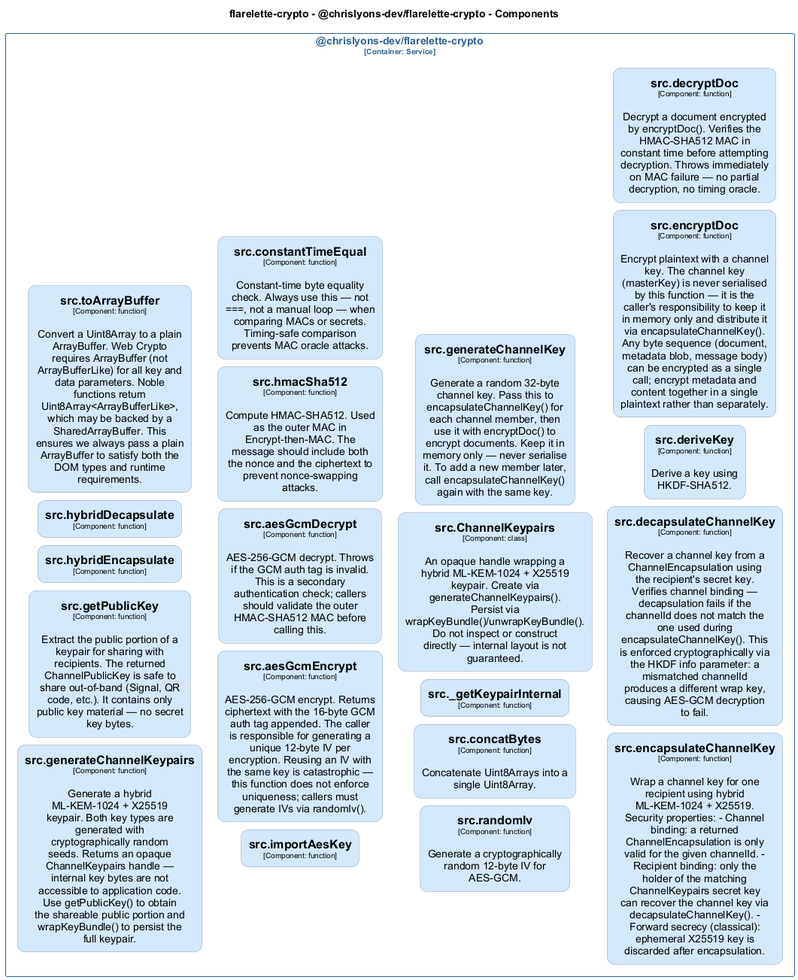
The PlantUML diagram docs/architecture/diagrams/structurizr-Classes_chrislyons_dev_flarelette_crypto__src.png in chrislyons-dev/flarelette-crypto, before a commit.
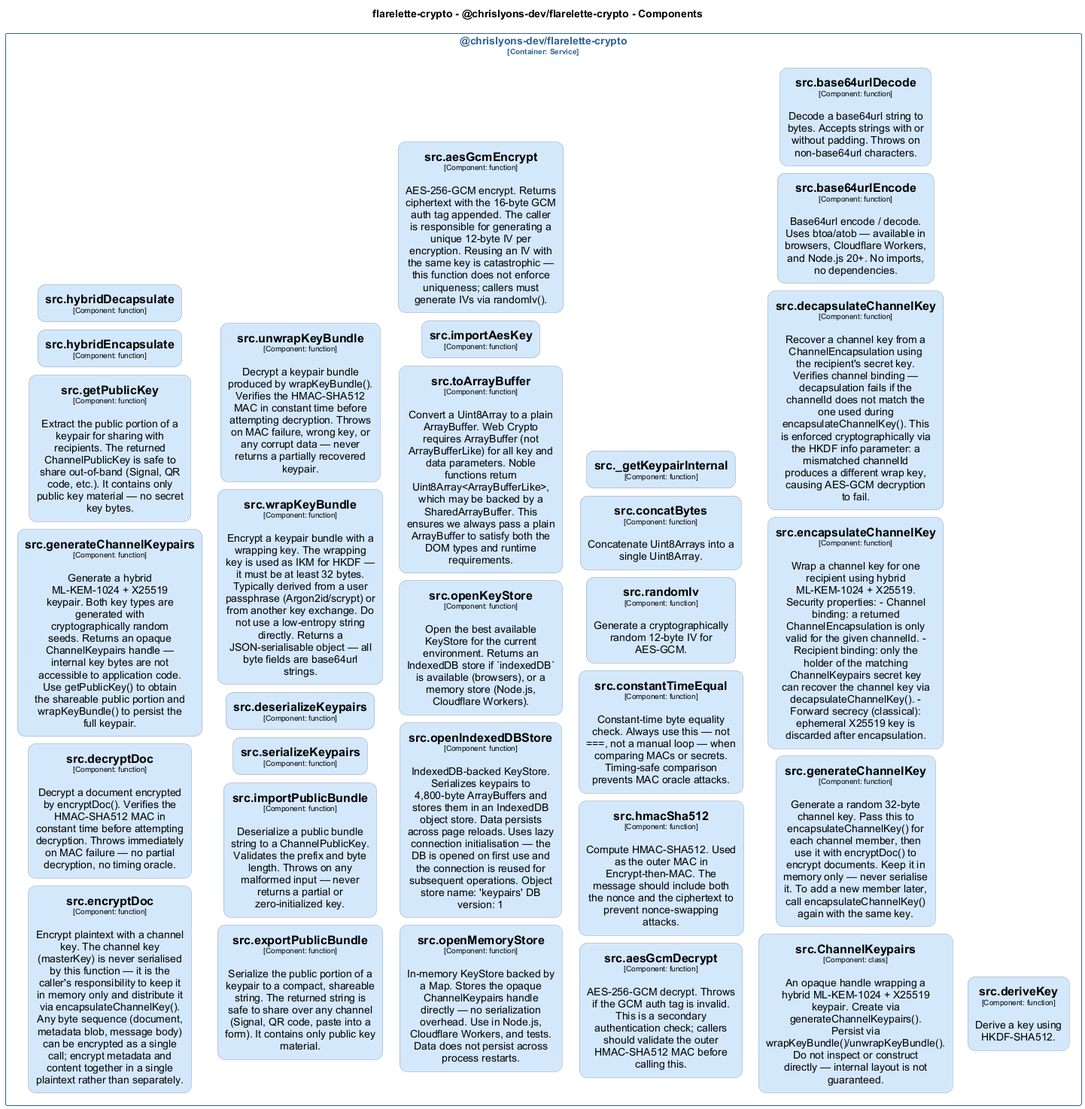
The same diagram one commit later.

Change to the diagram source:
```diff
@@ -44,6 +44,20 @@
   roundCorner 20
   shadowing false
 }
+skinparam rectangle<<flarelettecrypto.chrislyonsdevflarelettecrypto.srcbase64urlDecode>> {
+  BackgroundColor #d4e8fc
+  FontColor #000000
+  BorderColor #94a2b0
+  roundCorner 20
+  shadowing false
+}
+skinparam rectangle<<flarelettecrypto.chrislyonsdevflarelettecrypto.srcbase64urlEncode>> {
+  BackgroundColor #d4e8fc
+  FontColor #000000
+  BorderColor #94a2b0
+  roundCorner 20
+  shadowing false
+}
 skinparam rectangle<<flarelettecrypto.chrislyonsdevflarelettecrypto.srcconcatBytes>> {
   BackgroundColor #d4e8fc
   FontColor #000000
@@ -79,6 +93,13 @@
   roundCorner 20
   shadowing false
 }
+skinparam rectangle<<flarelettecrypto.chrislyonsdevflarelettecrypto.srcdeserializeKeypairs>> {
+  BackgroundColor #d4e8fc
+  FontColor #000000
+  BorderColor #94a2b0
+  roundCorner 20
+  shadowing false
+}
 skinparam rectangle<<flarelettecrypto.chrislyonsdevflarelettecrypto.srcencapsulateChannelKey>> {
   BackgroundColor #d4e8fc
   FontColor #000000
@@ -87,6 +108,13 @@
   shadowing false
 }
 skinparam rectangle<<flarelettecrypto.chrislyonsdevflarelettecrypto.srcencryptDoc>> {
+  BackgroundColor #d4e8fc
+  FontColor #000000
+  BorderColor #94a2b0
+  roundCorner 20
+  shadowing false
+}
+skinparam rectangle<<flarelettecrypto.chrislyonsdevflarelettecrypto.srcexportPublicBundle>> {
   BackgroundColor #d4e8fc
   FontColor #000000
   BorderColor #94a2b0
@@ -142,7 +170,42 @@
   roundCorner 20
   shadowing false
 }
+skinparam rectangle<<flarelettecrypto.chrislyonsdevflarelettecrypto.srcimportPublicBundle>> {
+  BackgroundColor #d4e8fc
+  FontColor #000000
+  BorderColor #94a2b0
+  roundCorner 20
+  shadowing false
+}
+skinparam rectangle<<flarelettecrypto.chrislyonsdevflarelettecrypto.srcopenIndexedDBStore>> {
+  BackgroundColor #d4e8fc
+  FontColor #000000
+  BorderColor #94a2b0
+  roundCorner 20
+  shadowing false
+}
+skinparam rectangle<<flarelettecrypto.chrislyonsdevflarelettecrypto.srcopenKeyStore>> {
+  BackgroundColor #d4e8fc
+  FontColor #000000
+  BorderColor #94a2b0
+  roundCorner 20
+  shadowing false
+}
+skinparam rectangle<<flarelettecrypto.chrislyonsdevflarelettecrypto.srcopenMemoryStore>> {
+  BackgroundColor #d4e8fc
+  FontColor #000000
+  BorderColor #94a2b0
+  roundCorner 20
+  shadowing false
+}
 skinparam rectangle<<flarelettecrypto.chrislyonsdevflarelettecrypto.srcrandomIv>> {
+  BackgroundColor #d4e8fc
+  FontColor #000000
+  BorderColor #94a2b0
+  roundCorner 20
+  shadowing false
+}
+skinparam rectangle<<flarelettecrypto.chrislyonsdevflarelettecrypto.srcserializeKeypairs>> {
   BackgroundColor #d4e8fc
   FontColor #000000
   BorderColor #94a2b0
@@ -156,6 +219,20 @@
   roundCorner 20
   shadowing false
 }
+skinparam rectangle<<flarelettecrypto.chrislyonsdevflarelettecrypto.srcunwrapKeyBundle>> {
+  BackgroundColor #d4e8fc
+  FontColor #000000
+  BorderColor #94a2b0
+  roundCorner 20
+  shadowing false
+}
+skinparam rectangle<<flarelettecrypto.chrislyonsdevflarelettecrypto.srcwrapKeyBundle>> {
+  BackgroundColor #d4e8fc
+  FontColor #000000
+  BorderColor #94a2b0
+  roundCorner 20
+  shadowing false
+}
 skinparam rectangle<<flarelettecrypto.chrislyonsdevflarelettecrypto>> {
   BorderColor #2e6295
   FontColor #2e6295
@@ -163,10 +240,21 @@
 }
 
 rectangle "@chrislyons-dev/flarelette-crypto\n<size:10>[Container: Service]</size>" <<flarelettecrypto.chrislyonsdevflarelettecrypto>> {
+  rectangle "==src.encryptDoc\n<size:10>[Component: function]</size>\n\nEncrypt plaintext with a channel key. The channel key (masterKey) is never serialised by this function — it is the caller's responsibility to keep it in memory only and distribute it via encapsulateChannelKey(). Any byte sequence (document, metadata blob, message body) can be encrypted as a single call; encrypt metadata and content together in a single plaintext rather than separately." <<flarelettecrypto.chrislyonsdevflarelettecrypto.srcencryptDoc>> as flarelettecrypto.chrislyonsdevflarelettecrypto.srcencryptDoc
+  rectangle "==src.decryptDoc\n<size:10>[Component: function]</size>\n\nDecrypt a document encrypted by encryptDoc(). Verifies the HMAC-SHA512 MAC in constant time before attempting decryption. Throws immediately on MAC failure — no partial decryption, no timing oracle." <<flarelettecrypto.chrislyonsdevflarelettecrypto.srcdecryptDoc>> as flarelettecrypto.chrislyonsdevflarelettecrypto.srcdecryptDoc
   rectangle "==src.generateChannelKeypairs\n<size:10>[Component: function]</size>\n\nGenerate a hybrid ML-KEM-1024 + X25519 keypair. Both key types are generated with cryptographically random seeds. Returns an opaque ChannelKeypairs handle — internal key bytes are not accessible to application code. Use getPublicKey() to obtain the shareable public portion and wrapKeyBundle() to persist the full keypair." <<flarelettecrypto.chrislyonsdevflarelettecrypto.srcgenerateChannelKeypairs>> as flarelettecrypto.chrislyonsdevflarelettecrypto.srcgenerateChannelKeypairs
   rectangle "==src.getPublicKey\n<size:10>[Component: function]</size>\n\nExtract the public portion of a keypair for sharing with recipients. The returned ChannelPublicKey is safe to share out-of-band (Signal, QR code, etc.). It contains only public key material — no secret key bytes." <<flarelettecrypto.chrislyonsdevflarelettecrypto.srcgetPublicKey>> as flarelettecrypto.chrislyonsdevflarelettecrypto.srcgetPublicKey
   rectangle "==src.hybridEncapsulate\n<size:10>[Component: function]</size>" <<flarelettecrypto.chrislyonsdevflarelettecrypto.srchybridEncapsulate>> as flarelettecrypto.chrislyonsdevflarelettecrypto.srchybridEncapsulate
   rectangle "==src.hybridDecapsulate\n<size:10>[Component: function]</size>" <<flarelettecrypto.chrislyonsdevflarelettecrypto.srchybridDecapsulate>> as flarelettecrypto.chrislyonsdevflarelettecrypto.srchybridDecapsulate
+  rectangle "==src.exportPublicBundle\n<size:10>[Component: function]</size>\n\nSerialize the public portion of a keypair to a compact, shareable string. The returned string is safe to share over any channel (Signal, QR code, paste into a form). It contains only public key material." <<flarelettecrypto.chrislyonsdevflarelettecrypto.srcexportPublicBundle>> as flarelettecrypto.chrislyonsdevflarelettecrypto.srcexportPublicBundle
+  rectangle "==src.importPublicBundle\n<size:10>[Component: function]</size>\n\nDeserialize a public bundle string to a ChannelPublicKey. Validates the prefix and byte length. Throws on any malformed input — never returns a partial or zero-initialized key." <<flarelettecrypto.chrislyonsdevflarelettecrypto.srcimportPublicBundle>> as flarelettecrypto.chrislyonsdevflarelettecrypto.srcimportPublicBundle
+  rectangle "==src.serializeKeypairs\n<size:10>[Component: function]</size>" <<flarelettecrypto.chrislyonsdevflarelettecrypto.srcserializeKeypairs>> as flarelettecrypto.chrislyonsdevflarelettecrypto.srcserializeKeypairs
+  rectangle "==src.deserializeKeypairs\n<size:10>[Component: function]</size>" <<flarelettecrypto.chrislyonsdevflarelettecrypto.srcdeserializeKeypairs>> as flarelettecrypto.chrislyonsdevflarelettecrypto.srcdeserializeKeypairs
+  rectangle "==src.wrapKeyBundle\n<size:10>[Component: function]</size>\n\nEncrypt a keypair bundle with a wrapping key. The wrapping key is used as IKM for HKDF — it must be at least 32 bytes. Typically derived from a user passphrase (Argon2id/scrypt) or from another key exchange. Do not use a low-entropy string directly. Returns a JSON-serialisable object — all byte fields are base64url strings." <<flarelettecrypto.chrislyonsdevflarelettecrypto.srcwrapKeyBundle>> as flarelettecrypto.chrislyonsdevflarelettecrypto.srcwrapKeyBundle
+  rectangle "==src.unwrapKeyBundle\n<size:10>[Component: function]</size>\n\nDecrypt a keypair bundle produced by wrapKeyBundle(). Verifies the HMAC-SHA512 MAC in constant time before attempting decryption. Throws on MAC failure, wrong key, or any corrupt data — never returns a partially recovered keypair." <<flarelettecrypto.chrislyonsdevflarelettecrypto.srcunwrapKeyBundle>> as flarelettecrypto.chrislyonsdevflarelettecrypto.srcunwrapKeyBundle
+  rectangle "==src.openMemoryStore\n<size:10>[Component: function]</size>\n\nIn-memory KeyStore backed by a Map. Stores the opaque ChannelKeypairs handle directly — no serialization overhead. Use in Node.js, Cloudflare Workers, and tests. Data does not persist across process restarts." <<flarelettecrypto.chrislyonsdevflarelettecrypto.srcopenMemoryStore>> as flarelettecrypto.chrislyonsdevflarelettecrypto.srcopenMemoryStore
+  rectangle "==src.openIndexedDBStore\n<size:10>[Component: function]</size>\n\nIndexedDB-backed KeyStore. Serializes keypairs to 4,800-byte ArrayBuffers and stores them in an IndexedDB object store. Data persists across page reloads. Uses lazy connection initialisation — the DB is opened on first use and the connection is reused for subsequent operations. Object store name: 'keypairs' DB version: 1" <<flarelettecrypto.chrislyonsdevflarelettecrypto.srcopenIndexedDBStore>> as flarelettecrypto.chrislyonsdevflarelettecrypto.srcopenIndexedDBStore
+  rectangle "==src.openKeyStore\n<size:10>[Component: function]</size>\n\nOpen the best available KeyStore for the current environment. Returns an IndexedDB store if `indexedDB` is available (browsers), or a memory store (Node.js, Cloudflare Workers)." <<flarelettecrypto.chrislyonsdevflarelettecrypto.srcopenKeyStore>> as flarelettecrypto.chrislyonsdevflarelettecrypto.srcopenKeyStore
   rectangle "==src.toArrayBuffer\n<size:10>[Component: function]</size>\n\nConvert a Uint8Array to a plain ArrayBuffer. Web Crypto requires ArrayBuffer (not ArrayBufferLike) for all key and data parameters. Noble functions return Uint8Array<ArrayBufferLike>, which may be backed by a SharedArrayBuffer. This ensures we always pass a plain ArrayBuffer to satisfy both the DOM types and runtime requirements." <<flarelettecrypto.chrislyonsdevflarelettecrypto.srctoArrayBuffer>> as flarelettecrypto.chrislyonsdevflarelettecrypto.srctoArrayBuffer
   rectangle "==src.importAesKey\n<size:10>[Component: function]</size>" <<flarelettecrypto.chrislyonsdevflarelettecrypto.srcimportAesKey>> as flarelettecrypto.chrislyonsdevflarelettecrypto.srcimportAesKey
   rectangle "==src.aesGcmEncrypt\n<size:10>[Component: function]</size>\n\nAES-256-GCM encrypt. Returns ciphertext with the 16-byte GCM auth tag appended. The caller is responsible for generating a unique 12-byte IV per encryption. Reusing an IV with the same key is catastrophic — this function does not enforce uniqueness; callers must generate IVs via randomIv()." <<flarelettecrypto.chrislyonsdevflarelettecrypto.srcaesGcmEncrypt>> as flarelettecrypto.chrislyonsdevflarelettecrypto.srcaesGcmEncrypt
@@ -180,9 +268,9 @@
   rectangle "==src.generateChannelKey\n<size:10>[Component: function]</size>\n\nGenerate a random 32-byte channel key. Pass this to encapsulateChannelKey() for each channel member, then use it with encryptDoc() to encrypt documents. Keep it in memory only — never serialise it. To add a new member later, call encapsulateChannelKey() again with the same key." <<flarelettecrypto.chrislyonsdevflarelettecrypto.srcgenerateChannelKey>> as flarelettecrypto.chrislyonsdevflarelettecrypto.srcgenerateChannelKey
   rectangle "==src.encapsulateChannelKey\n<size:10>[Component: function]</size>\n\nWrap a channel key for one recipient using hybrid ML-KEM-1024 + X25519. Security properties: - Channel binding: a returned ChannelEncapsulation is only valid for the given channelId. - Recipient binding: only the holder of the matching ChannelKeypairs secret key can recover the channel key via decapsulateChannelKey(). - Forward secrecy (classical): ephemeral X25519 key is discarded after encapsulation." <<flarelettecrypto.chrislyonsdevflarelettecrypto.srcencapsulateChannelKey>> as flarelettecrypto.chrislyonsdevflarelettecrypto.srcencapsulateChannelKey
   rectangle "==src.decapsulateChannelKey\n<size:10>[Component: function]</size>\n\nRecover a channel key from a ChannelEncapsulation using the recipient's secret key. Verifies channel binding — decapsulation fails if the channelId does not match the one used during encapsulateChannelKey(). This is enforced cryptographically via the HKDF info parameter: a mismatched channelId produces a different wrap key, causing AES-GCM decryption to fail." <<flarelettecrypto.chrislyonsdevflarelettecrypto.srcdecapsulateChannelKey>> as flarelettecrypto.chrislyonsdevflarelettecrypto.srcdecapsulateChannelKey
+  rectangle "==src.base64urlEncode\n<size:10>[Component: function]</size>\n\nBase64url encode / decode. Uses btoa/atob — available in browsers, Cloudflare Workers, and Node.js 20+. No imports, no dependencies." <<flarelettecrypto.chrislyonsdevflarelettecrypto.srcbase64urlEncode>> as flarelettecrypto.chrislyonsdevflarelettecrypto.srcbase64urlEncode
+  rectangle "==src.base64urlDecode\n<size:10>[Component: function]</size>\n\nDecode a base64url string to bytes. Accepts strings with or without padding. Throws on non-base64url characters." <<flarelettecrypto.chrislyonsdevflarelettecrypto.srcbase64urlDecode>> as flarelettecrypto.chrislyonsdevflarelettecrypto.srcbase64urlDecode
   rectangle "==src.deriveKey\n<size:10>[Component: function]</size>\n\nDerive a key using HKDF-SHA512." <<flarelettecrypto.chrislyonsdevflarelettecrypto.srcderiveKey>> as flarelettecrypto.chrislyonsdevflarelettecrypto.srcderiveKey
-  rectangle "==src.encryptDoc\n<size:10>[Component: function]</size>\n\nEncrypt plaintext with a channel key. The channel key (masterKey) is never serialised by this function — it is the caller's responsibility to keep it in memory only and distribute it via encapsulateChannelKey(). Any byte sequence (document, metadata blob, message body) can be encrypted as a single call; encrypt metadata and content together in a single plaintext rather than separately." <<flarelettecrypto.chrislyonsdevflarelettecrypto.srcencryptDoc>> as flarelettecrypto.chrislyonsdevflarelettecrypto.srcencryptDoc
-  rectangle "==src.decryptDoc\n<size:10>[Component: function]</size>\n\nDecrypt a document encrypted by encryptDoc(). Verifies the HMAC-SHA512 MAC in constant time before attempting decryption. Throws immediately on MAC failure — no partial decryption, no timing oracle." <<flarelettecrypto.chrislyonsdevflarelettecrypto.srcdecryptDoc>> as flarelettecrypto.chrislyonsdevflarelettecrypto.srcdecryptDoc
 }
 
 @enduml
```
